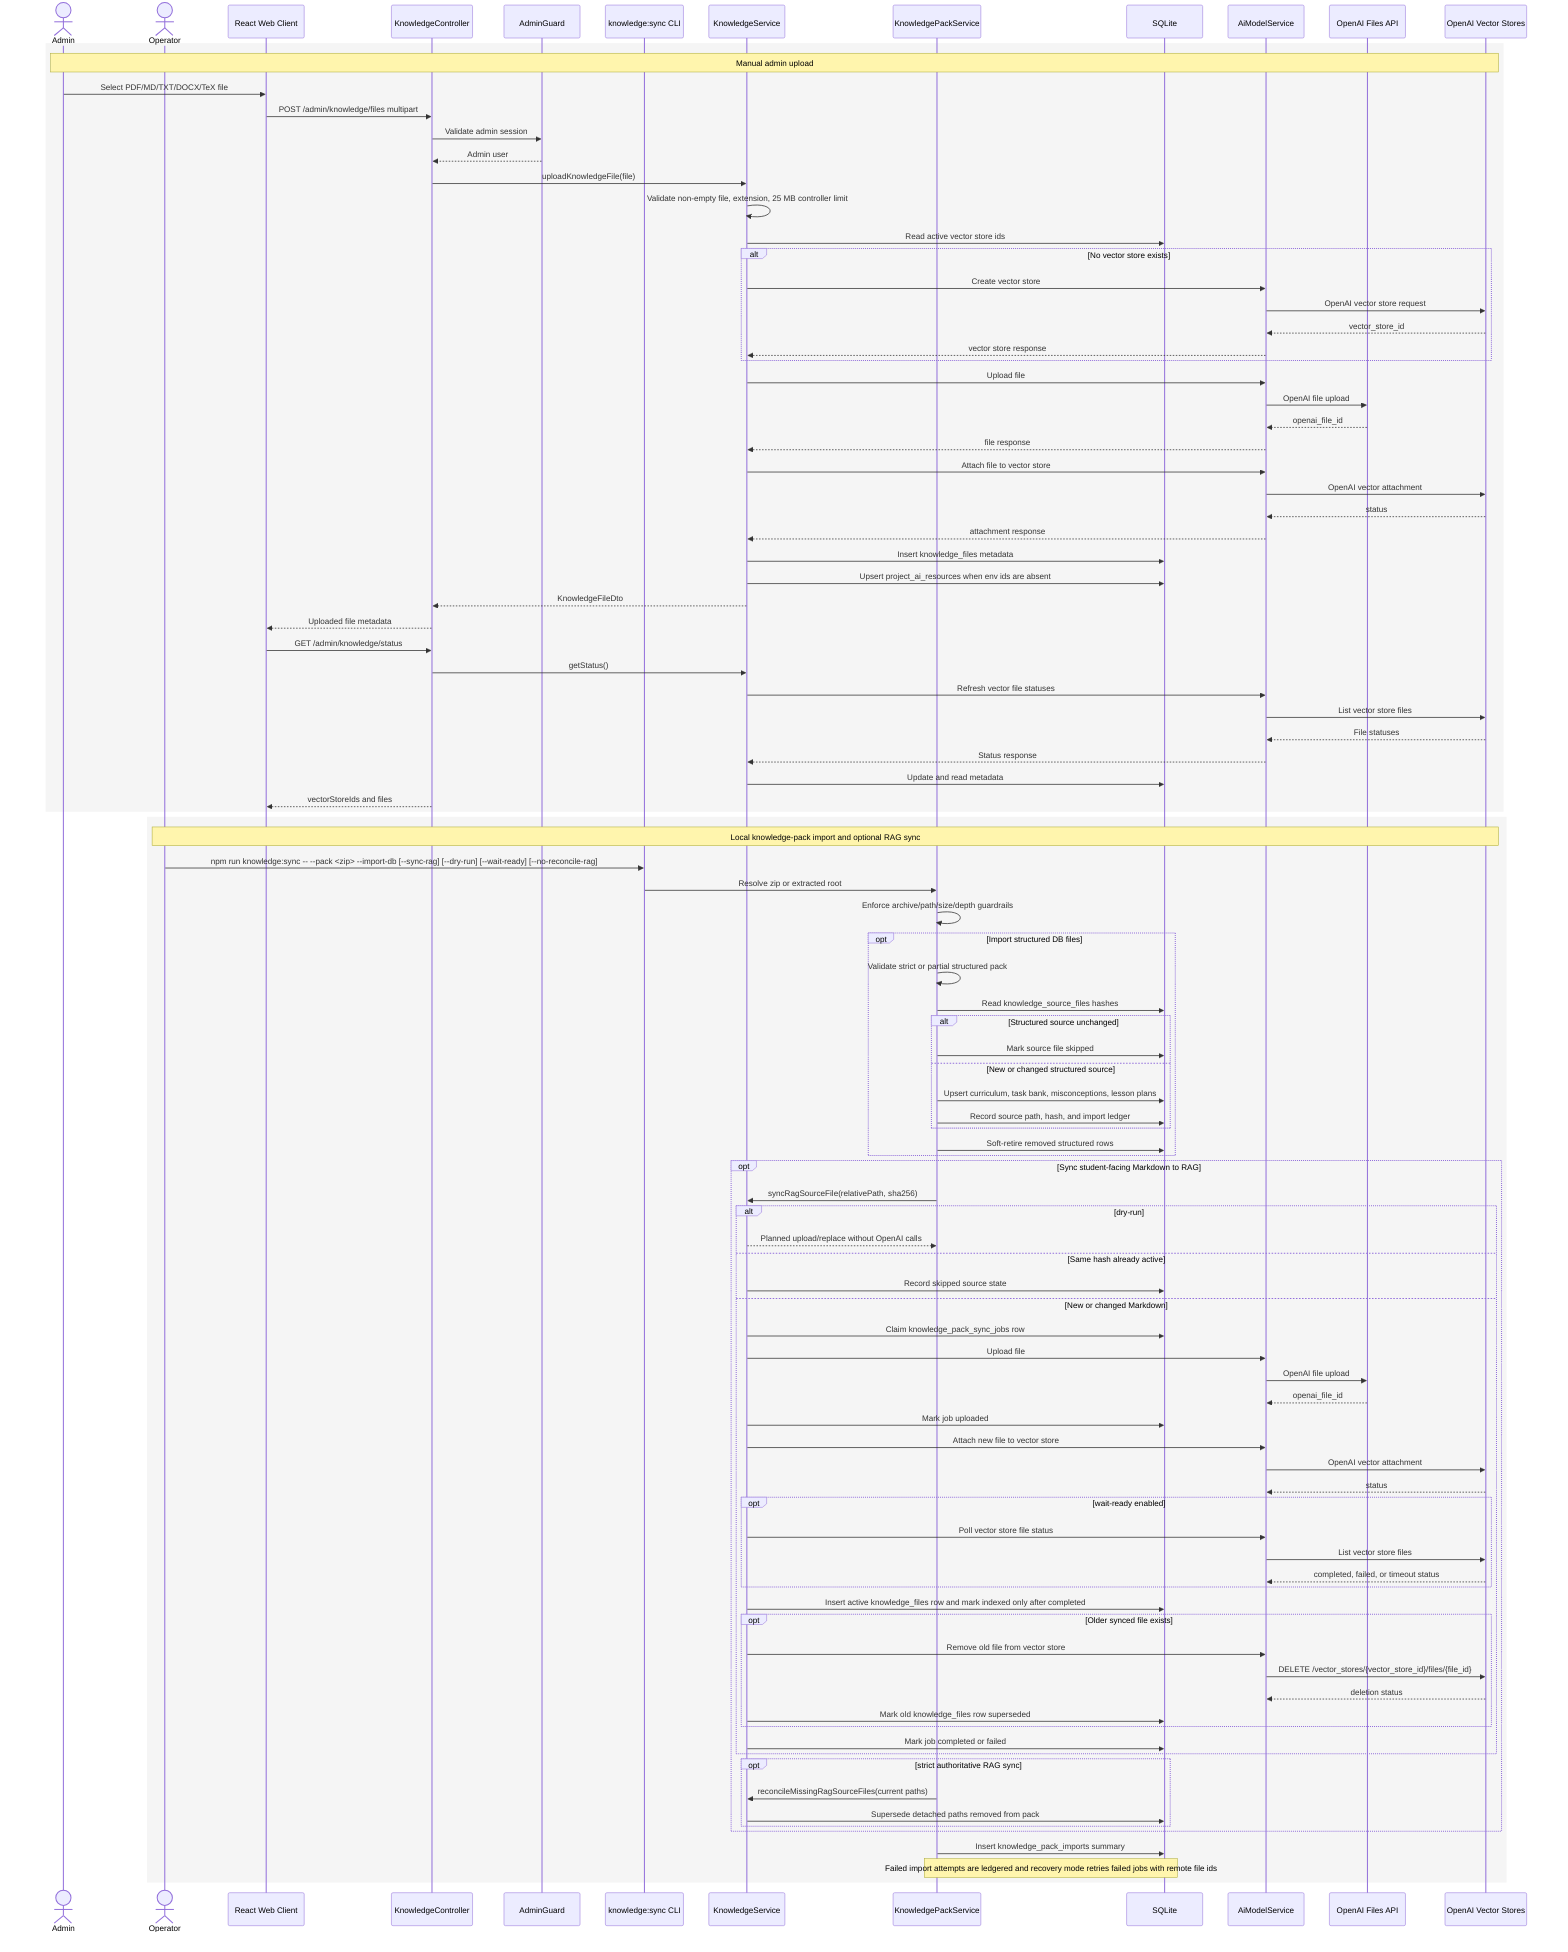
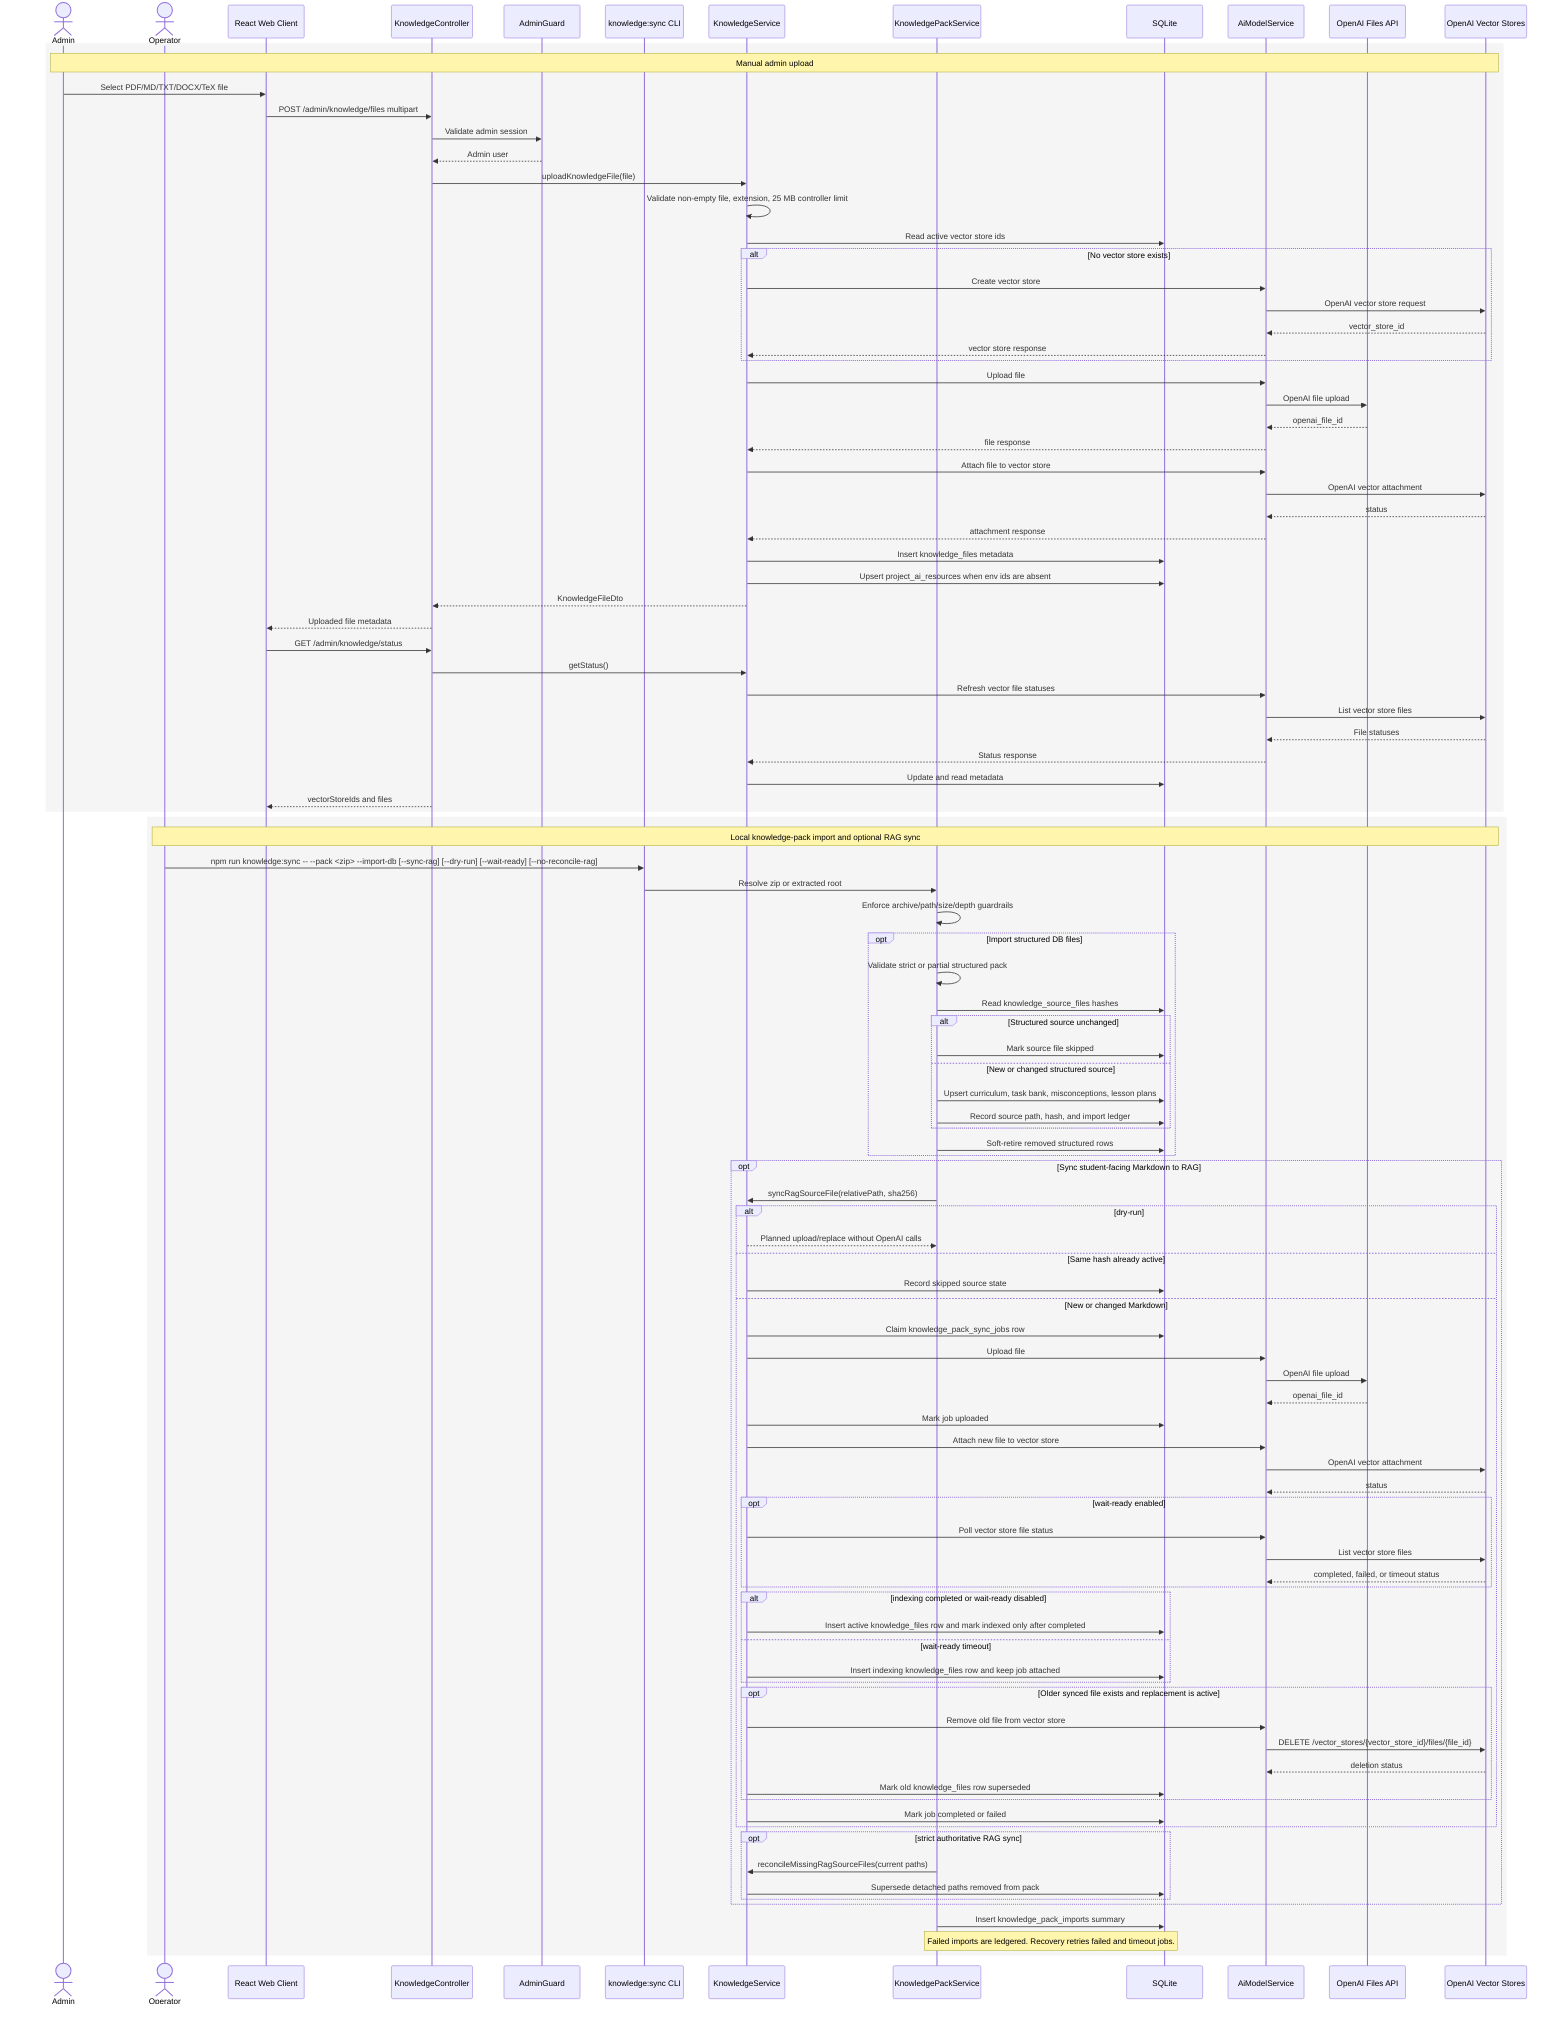
sequenceDiagram
  actor Admin
  actor Operator
  participant Web as React Web Client
  participant API as KnowledgeController
  participant Guard as AdminGuard
  participant CLI as knowledge:sync CLI
  participant Knowledge as KnowledgeService
  participant Pack as KnowledgePackService
  participant DB as SQLite
  participant AIModel as AiModelService
  participant Files as OpenAI Files API
  participant Vectors as OpenAI Vector Stores

  rect rgb(245,245,245)
  Note over Admin,Vectors: Manual admin upload
  Admin->>Web: Select PDF/MD/TXT/DOCX/TeX file
  Web->>API: POST /admin/knowledge/files multipart
  API->>Guard: Validate admin session
  Guard-->>API: Admin user
  API->>Knowledge: uploadKnowledgeFile(file)
  Knowledge->>Knowledge: Validate non-empty file, extension, 25 MB controller limit
  Knowledge->>DB: Read active vector store ids
  alt No vector store exists
    Knowledge->>AIModel: Create vector store
    AIModel->>Vectors: OpenAI vector store request
    Vectors-->>AIModel: vector_store_id
    AIModel-->>Knowledge: vector store response
  end
  Knowledge->>AIModel: Upload file
  AIModel->>Files: OpenAI file upload
  Files-->>AIModel: openai_file_id
  AIModel-->>Knowledge: file response
  Knowledge->>AIModel: Attach file to vector store
  AIModel->>Vectors: OpenAI vector attachment
  Vectors-->>AIModel: status
  AIModel-->>Knowledge: attachment response
  Knowledge->>DB: Insert knowledge_files metadata
  Knowledge->>DB: Upsert project_ai_resources when env ids are absent
  Knowledge-->>API: KnowledgeFileDto
  API-->>Web: Uploaded file metadata
  Web->>API: GET /admin/knowledge/status
  API->>Knowledge: getStatus()
  Knowledge->>AIModel: Refresh vector file statuses
  AIModel->>Vectors: List vector store files
  Vectors-->>AIModel: File statuses
  AIModel-->>Knowledge: Status response
  Knowledge->>DB: Update and read metadata
  API-->>Web: vectorStoreIds and files
  end

  rect rgb(245,245,245)
  Note over Operator,Vectors: Local knowledge-pack import and optional RAG sync
  Operator->>CLI: npm run knowledge:sync -- --pack <zip> --import-db [--sync-rag] [--dry-run] [--wait-ready] [--no-reconcile-rag]
  CLI->>Pack: Resolve zip or extracted root
  Pack->>Pack: Enforce archive/path/size/depth guardrails
  opt Import structured DB files
    Pack->>Pack: Validate strict or partial structured pack
    Pack->>DB: Read knowledge_source_files hashes
    alt Structured source unchanged
      Pack->>DB: Mark source file skipped
    else New or changed structured source
      Pack->>DB: Upsert curriculum, task bank, misconceptions, lesson plans
      Pack->>DB: Record source path, hash, and import ledger
    end
    Pack->>DB: Soft-retire removed structured rows
  end
  opt Sync student-facing Markdown to RAG
    Pack->>Knowledge: syncRagSourceFile(relativePath, sha256)
    alt dry-run
      Knowledge-->>Pack: Planned upload/replace without OpenAI calls
    else Same hash already active
      Knowledge->>DB: Record skipped source state
    else New or changed Markdown
      Knowledge->>DB: Claim knowledge_pack_sync_jobs row
      Knowledge->>AIModel: Upload file
      AIModel->>Files: OpenAI file upload
      Files-->>AIModel: openai_file_id
      Knowledge->>DB: Mark job uploaded
      Knowledge->>AIModel: Attach new file to vector store
      AIModel->>Vectors: OpenAI vector attachment
      Vectors-->>AIModel: status
      opt wait-ready enabled
        Knowledge->>AIModel: Poll vector store file status
        AIModel->>Vectors: List vector store files
        Vectors-->>AIModel: completed, failed, or timeout status
      end
-       Knowledge->>DB: Insert active knowledge_files row and mark indexed only after completed
-       opt Older synced file exists
+       alt indexing completed or wait-ready disabled
+         Knowledge->>DB: Insert active knowledge_files row and mark indexed only after completed
+       else wait-ready timeout
+         Knowledge->>DB: Insert indexing knowledge_files row and keep job attached
+       end
+       opt Older synced file exists and replacement is active
        Knowledge->>AIModel: Remove old file from vector store
        AIModel->>Vectors: DELETE /vector_stores/{vector_store_id}/files/{file_id}
        Vectors-->>AIModel: deletion status
        Knowledge->>DB: Mark old knowledge_files row superseded
      end
      Knowledge->>DB: Mark job completed or failed
    end
    opt strict authoritative RAG sync
      Pack->>Knowledge: reconcileMissingRagSourceFiles(current paths)
      Knowledge->>DB: Supersede detached paths removed from pack
    end
  end
  Pack->>DB: Insert knowledge_pack_imports summary
-   Note over Pack,DB: Failed import attempts are ledgered and recovery mode retries failed jobs with remote file ids
+   Note over Pack,DB: Failed imports are ledgered. Recovery retries failed and timeout jobs.
  end
